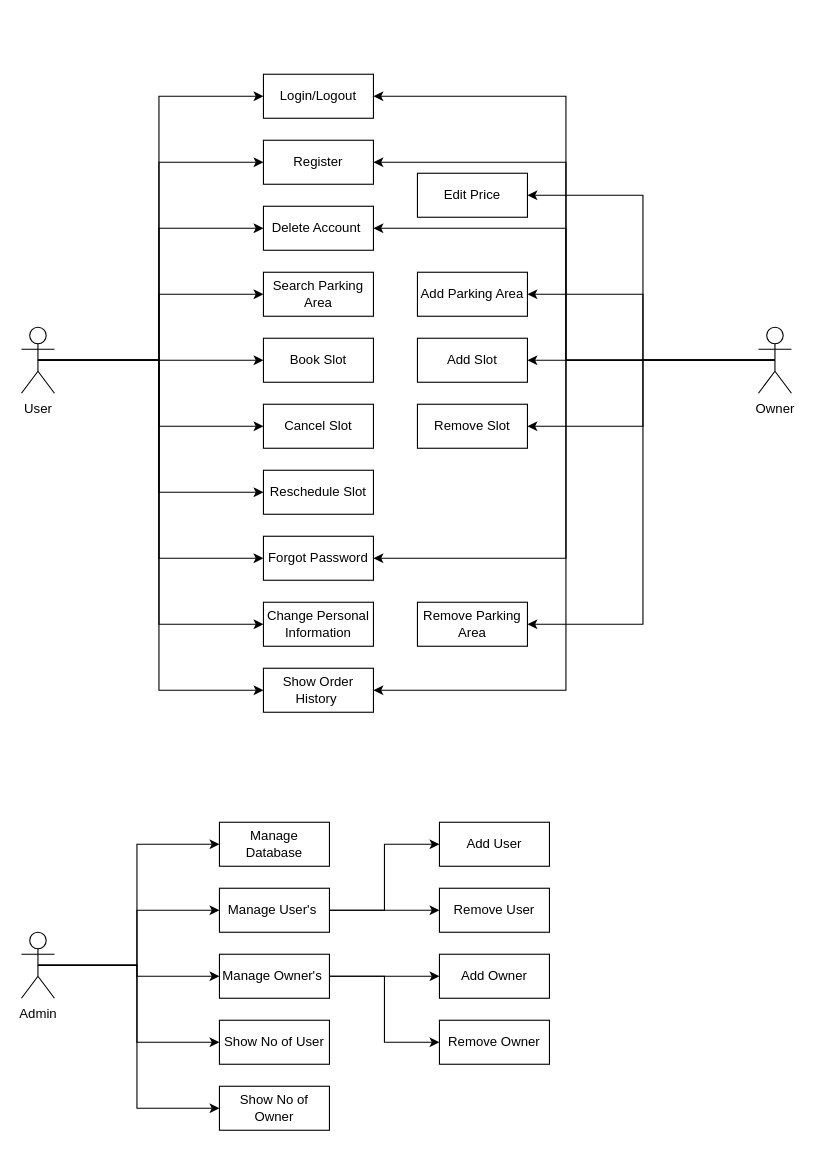
Above: Use Case Diagram.drawio in dhavanikgithub/Capstone-Project1 (draw.io), before the change. Source tidied: cells renumbered, new cells numbered last; positions are measured from the earlier drawing's top-left corner, leaving out a move shared by most shapes. Both pictures are drawn from the tidied source at 110%, with x=0, y=0 at pixel (21, 74).
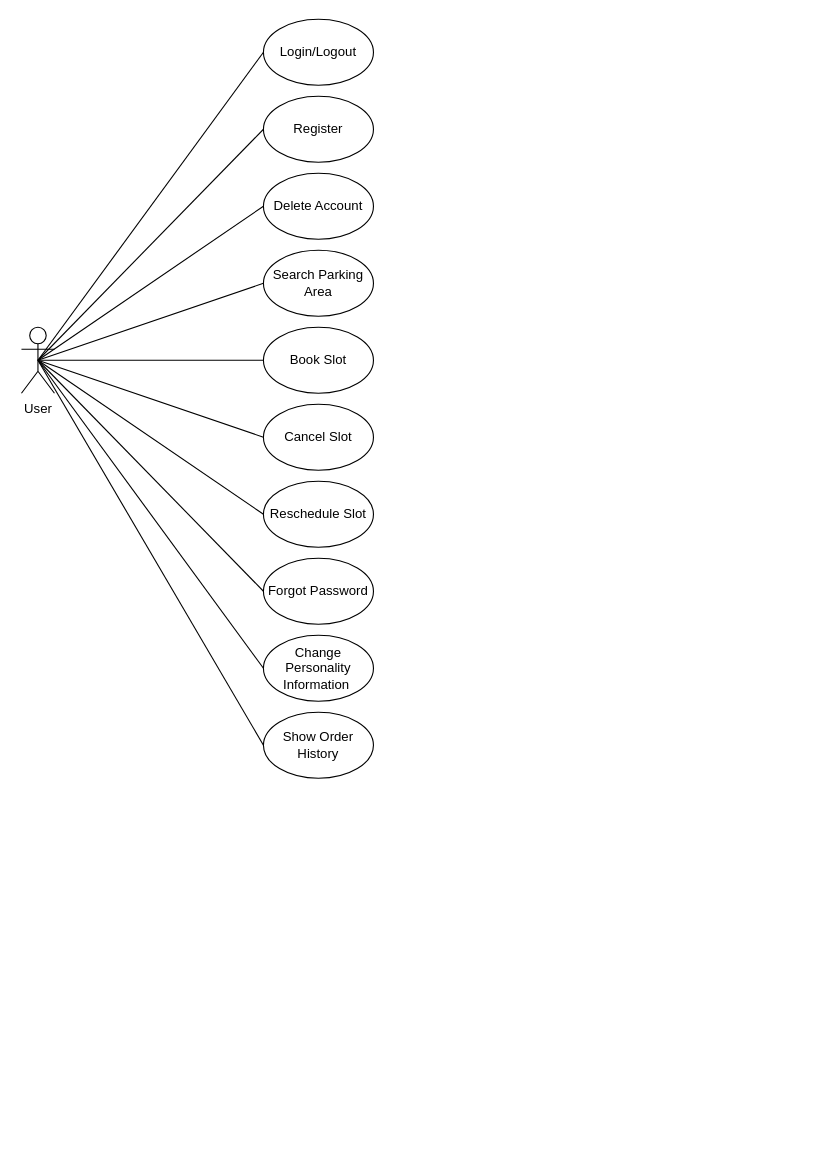
After the change.

The edit, as a diff of the source:
```diff
@@
+    <mxCell id="12" value="User" style="shape=umlActor;verticalLabelPosition=bottom;verticalAlign=top;html=1;outlineConnect=0;" parent="1" vertex="1">
+      <mxGeometry y="230" width="30" height="60" as="geometry" />
+    </mxCell>
+    <mxCell id="13" value="Login/Logout" style="ellipse;whiteSpace=wrap;html=1;strokeOpacity=100;" parent="1" vertex="1">
+      <mxGeometry x="220" y="-50" width="100" height="60" as="geometry" />
+    </mxCell>
+    <mxCell id="15" value="Register" style="ellipse;whiteSpace=wrap;html=1;strokeOpacity=100;" parent="1" vertex="1">
+      <mxGeometry x="220" y="20" width="100" height="60" as="geometry" />
+    </mxCell>
+    <mxCell id="14" value="Delete Account" style="ellipse;whiteSpace=wrap;html=1;strokeOpacity=100;" parent="1" vertex="1">
+      <mxGeometry x="220" y="90" width="100" height="60" as="geometry" />
+    </mxCell>
+    <mxCell id="16" value="Search Parking Area" style="ellipse;whiteSpace=wrap;html=1;strokeOpacity=100;" parent="1" vertex="1">
+      <mxGeometry x="220" y="160" width="100" height="60" as="geometry" />
+    </mxCell>
+    <mxCell id="17" value="Book Slot" style="ellipse;whiteSpace=wrap;html=1;strokeOpacity=100;" parent="1" vertex="1">
+      <mxGeometry x="220" y="230" width="100" height="60" as="geometry" />
+    </mxCell>
+    <mxCell id="18" value="Cancel Slot" style="ellipse;whiteSpace=wrap;html=1;strokeOpacity=100;" parent="1" vertex="1">
+      <mxGeometry x="220" y="300" width="100" height="60" as="geometry" />
+    </mxCell>
+    <mxCell id="19" value="Reschedule Slot" style="ellipse;whiteSpace=wrap;html=1;strokeOpacity=100;" parent="1" vertex="1">
+      <mxGeometry x="220" y="370" width="100" height="60" as="geometry" />
+    </mxCell>
+    <mxCell id="20" value="Forgot Password" style="ellipse;whiteSpace=wrap;html=1;strokeOpacity=100;" parent="1" vertex="1">
+      <mxGeometry x="220" y="440" width="100" height="60" as="geometry" />
+    </mxCell>
+    <mxCell id="58" value="Change Personality Information&amp;nbsp;" style="ellipse;whiteSpace=wrap;html=1;strokeOpacity=100;" parent="1" vertex="1">
+      <mxGeometry x="220" y="510" width="100" height="60" as="geometry" />
+    </mxCell>
+    <mxCell id="22" value="Show Order History" style="ellipse;whiteSpace=wrap;html=1;strokeOpacity=100;" parent="1" vertex="1">
+      <mxGeometry x="220" y="580" width="100" height="60" as="geometry" />
+    </mxCell>
-    <mxCell id="2" style="edgeStyle=orthogonalEdgeStyle;rounded=0;jettySize=auto;html=1;exitX=0.5;exitY=0.5;exitDx=0;exitDy=0;exitPerimeter=0;entryX=0;entryY=0.5;entryDx=0;entryDy=0;" parent="1" edge="1" source="12" target="13">
+    <mxCell id="2" style="endArrow=none;html=1;rounded=0;exitX=0.5;exitY=0.5;exitDx=0;exitDy=0;exitPerimeter=0;entryX=0;entryY=0.5;entryDx=0;entryDy=0;" parent="1" edge="1" source="12" target="13">
       <mxGeometry relative="1" as="geometry" />
     </mxCell>
-    <mxCell id="3" style="edgeStyle=orthogonalEdgeStyle;rounded=0;jettySize=auto;html=1;exitX=0.5;exitY=0.5;exitDx=0;exitDy=0;exitPerimeter=0;entryX=0;entryY=0.5;entryDx=0;entryDy=0;" parent="1" edge="1" source="12" target="15">
+    <mxCell id="3" style="endArrow=none;html=1;rounded=0;entryX=0;entryY=0.5;entryDx=0;entryDy=0;exitX=0.5;exitY=0.5;exitDx=0;exitDy=0;exitPerimeter=0;" parent="1" edge="1" source="12" target="15">
       <mxGeometry relative="1" as="geometry" />
     </mxCell>
-    <mxCell id="4" style="edgeStyle=orthogonalEdgeStyle;rounded=0;jettySize=auto;html=1;exitX=0.5;exitY=0.5;exitDx=0;exitDy=0;exitPerimeter=0;entryX=0;entryY=0.5;entryDx=0;entryDy=0;" parent="1" edge="1" source="12" target="14">
+    <mxCell id="4" style="endArrow=none;html=1;rounded=0;entryX=0;entryY=0.5;entryDx=0;entryDy=0;exitX=0.5;exitY=0.5;exitDx=0;exitDy=0;exitPerimeter=0;" parent="1" edge="1" source="12" target="14">
       <mxGeometry relative="1" as="geometry" />
     </mxCell>
-    <mxCell id="5" style="edgeStyle=orthogonalEdgeStyle;rounded=0;jettySize=auto;html=1;exitX=0.5;exitY=0.5;exitDx=0;exitDy=0;exitPerimeter=0;entryX=0;entryY=0.5;entryDx=0;entryDy=0;" parent="1" edge="1" source="12" target="16">
+    <mxCell id="5" style="endArrow=none;html=1;rounded=0;entryX=0;entryY=0.5;entryDx=0;entryDy=0;exitX=0.5;exitY=0.5;exitDx=0;exitDy=0;exitPerimeter=0;" parent="1" edge="1" source="12" target="16">
       <mxGeometry relative="1" as="geometry" />
     </mxCell>
-    <mxCell id="6" style="edgeStyle=orthogonalEdgeStyle;rounded=0;jettySize=auto;html=1;exitX=0.5;exitY=0.5;exitDx=0;exitDy=0;exitPerimeter=0;entryX=0;entryY=0.5;entryDx=0;entryDy=0;" parent="1" edge="1" source="12" target="17">
+    <mxCell id="6" style="endArrow=none;html=1;rounded=0;entryX=0;entryY=0.5;entryDx=0;entryDy=0;exitX=0.5;exitY=0.5;exitDx=0;exitDy=0;exitPerimeter=0;" parent="1" edge="1" source="12" target="17">
       <mxGeometry relative="1" as="geometry" />
     </mxCell>
-    <mxCell id="7" style="edgeStyle=orthogonalEdgeStyle;rounded=0;jettySize=auto;html=1;exitX=0.5;exitY=0.5;exitDx=0;exitDy=0;exitPerimeter=0;entryX=0;entryY=0.5;entryDx=0;entryDy=0;" parent="1" edge="1" source="12" target="18">
+    <mxCell id="7" style="endArrow=none;html=1;rounded=0;entryX=0;entryY=0.5;entryDx=0;entryDy=0;exitX=0.5;exitY=0.5;exitDx=0;exitDy=0;exitPerimeter=0;" parent="1" edge="1" source="12" target="18">
       <mxGeometry relative="1" as="geometry" />
     </mxCell>
-    <mxCell id="8" style="edgeStyle=orthogonalEdgeStyle;rounded=0;jettySize=auto;html=1;exitX=0.5;exitY=0.5;exitDx=0;exitDy=0;exitPerimeter=0;entryX=0;entryY=0.5;entryDx=0;entryDy=0;" parent="1" edge="1" source="12" target="19">
+    <mxCell id="8" style="endArrow=none;html=1;rounded=0;exitX=0.5;exitY=0.5;exitDx=0;exitDy=0;exitPerimeter=0;entryX=0;entryY=0.5;entryDx=0;entryDy=0;" parent="1" edge="1" source="12" target="19">
       <mxGeometry relative="1" as="geometry" />
     </mxCell>
-    <mxCell id="9" style="edgeStyle=orthogonalEdgeStyle;rounded=0;jettySize=auto;html=1;exitX=0.5;exitY=0.5;exitDx=0;exitDy=0;exitPerimeter=0;entryX=0;entryY=0.5;entryDx=0;entryDy=0;" parent="1" edge="1" source="12" target="20">
+    <mxCell id="9" style="endArrow=none;html=1;rounded=0;exitX=0.5;exitY=0.5;exitDx=0;exitDy=0;exitPerimeter=0;entryX=0;entryY=0.5;entryDx=0;entryDy=0;" parent="1" edge="1" source="12" target="20">
       <mxGeometry relative="1" as="geometry" />
     </mxCell>
-    <mxCell id="10" style="edgeStyle=orthogonalEdgeStyle;rounded=0;jettySize=auto;html=1;exitX=0.5;exitY=0.5;exitDx=0;exitDy=0;exitPerimeter=0;entryX=0;entryY=0.5;entryDx=0;entryDy=0;" parent="1" edge="1" source="12" target="21">
-      <mxGeometry relative="1" as="geometry" />
-    </mxCell>
+    <mxCell id="59" style="endArrow=none;html=1;rounded=0;exitX=0;exitY=0.5;exitDx=0;exitDy=0;entryX=0.5;entryY=0.5;entryDx=0;entryDy=0;entryPerimeter=0;" parent="1" edge="1" source="58" target="12">
+      <mxGeometry relative="1" as="geometry" />
+    </mxCell>
-    <mxCell id="11" style="edgeStyle=orthogonalEdgeStyle;rounded=0;jettySize=auto;html=1;exitX=0.5;exitY=0.5;exitDx=0;exitDy=0;exitPerimeter=0;entryX=0;entryY=0.5;entryDx=0;entryDy=0;" parent="1" edge="1" source="12" target="22">
+    <mxCell id="11" style="endArrow=none;html=1;rounded=0;exitX=0.5;exitY=0.5;exitDx=0;exitDy=0;exitPerimeter=0;entryX=0;entryY=0.5;entryDx=0;entryDy=0;" parent="1" edge="1" source="12" target="22">
       <mxGeometry relative="1" as="geometry" />
     </mxCell>
-    <mxCell id="12" value="User" style="shape=umlActor;verticalLabelPosition=bottom;verticalAlign=top;html=1;outlineConnect=0;" parent="1" vertex="1">
-      <mxGeometry y="230" width="30" height="60" as="geometry" />
-    </mxCell>
-    <mxCell id="13" value="Login/Logout" style="rounded=0;whiteSpace=wrap;html=1;" parent="1" vertex="1">
-      <mxGeometry x="220" width="100" height="40" as="geometry" />
-    </mxCell>
-    <mxCell id="14" value="Delete Account&amp;nbsp;" style="rounded=0;whiteSpace=wrap;html=1;" parent="1" vertex="1">
-      <mxGeometry x="220" y="120" width="100" height="40" as="geometry" />
-    </mxCell>
-    <mxCell id="15" value="Register" style="rounded=0;whiteSpace=wrap;html=1;" parent="1" vertex="1">
-      <mxGeometry x="220" y="60" width="100" height="40" as="geometry" />
-    </mxCell>
-    <mxCell id="16" value="Search Parking Area" style="rounded=0;whiteSpace=wrap;html=1;" parent="1" vertex="1">
-      <mxGeometry x="220" y="180" width="100" height="40" as="geometry" />
-    </mxCell>
-    <mxCell id="17" value="Book Slot" style="rounded=0;whiteSpace=wrap;html=1;" parent="1" vertex="1">
-      <mxGeometry x="220" y="240" width="100" height="40" as="geometry" />
-    </mxCell>
-    <mxCell id="18" value="Cancel Slot" style="rounded=0;whiteSpace=wrap;html=1;" parent="1" vertex="1">
-      <mxGeometry x="220" y="300" width="100" height="40" as="geometry" />
-    </mxCell>
-    <mxCell id="19" value="Reschedule Slot" style="rounded=0;whiteSpace=wrap;html=1;" parent="1" vertex="1">
-      <mxGeometry x="220" y="360" width="100" height="40" as="geometry" />
-    </mxCell>
-    <mxCell id="20" value="Forgot Password" style="rounded=0;whiteSpace=wrap;html=1;" parent="1" vertex="1">
-      <mxGeometry x="220" y="420" width="100" height="40" as="geometry" />
-    </mxCell>
-    <mxCell id="21" value="Change Personal Information" style="rounded=0;whiteSpace=wrap;html=1;" parent="1" vertex="1">
-      <mxGeometry x="220" y="480" width="100" height="40" as="geometry" />
-    </mxCell>
-    <mxCell id="22" value="Show Order History&amp;nbsp;" style="rounded=0;whiteSpace=wrap;html=1;" parent="1" vertex="1">
-      <mxGeometry x="220" y="540" width="100" height="40" as="geometry" />
-    </mxCell>
-    <mxCell id="23" style="edgeStyle=orthogonalEdgeStyle;rounded=0;jettySize=auto;html=1;exitX=0.5;exitY=0.5;exitDx=0;exitDy=0;exitPerimeter=0;entryX=1;entryY=0.5;entryDx=0;entryDy=0;" parent="1" edge="1" source="33" target="13">
-      <mxGeometry relative="1" as="geometry" />
-    </mxCell>
-    <mxCell id="24" style="edgeStyle=orthogonalEdgeStyle;rounded=0;jettySize=auto;html=1;exitX=0.5;exitY=0.5;exitDx=0;exitDy=0;exitPerimeter=0;entryX=1;entryY=0.5;entryDx=0;entryDy=0;" parent="1" edge="1" source="33" target="15">
-      <mxGeometry relative="1" as="geometry" />
-    </mxCell>
-    <mxCell id="25" style="edgeStyle=orthogonalEdgeStyle;rounded=0;jettySize=auto;html=1;exitX=0.5;exitY=0.5;exitDx=0;exitDy=0;exitPerimeter=0;entryX=1;entryY=0.5;entryDx=0;entryDy=0;" parent="1" edge="1" source="33" target="14">
-      <mxGeometry relative="1" as="geometry" />
-    </mxCell>
-    <mxCell id="26" style="edgeStyle=orthogonalEdgeStyle;rounded=0;jettySize=auto;html=1;exitX=0.5;exitY=0.5;exitDx=0;exitDy=0;exitPerimeter=0;entryX=1;entryY=0.5;entryDx=0;entryDy=0;" parent="1" edge="1" source="33" target="22">
-      <mxGeometry relative="1" as="geometry" />
-    </mxCell>
-    <mxCell id="27" style="edgeStyle=orthogonalEdgeStyle;rounded=0;jettySize=auto;html=1;exitX=0.5;exitY=0.5;exitDx=0;exitDy=0;exitPerimeter=0;entryX=1;entryY=0.5;entryDx=0;entryDy=0;" parent="1" edge="1" source="33" target="20">
-      <mxGeometry relative="1" as="geometry" />
-    </mxCell>
-    <mxCell id="28" style="edgeStyle=orthogonalEdgeStyle;rounded=0;jettySize=auto;html=1;exitX=0.5;exitY=0.5;exitDx=0;exitDy=0;exitPerimeter=0;entryX=1;entryY=0.5;entryDx=0;entryDy=0;" parent="1" edge="1" source="33" target="34">
-      <mxGeometry relative="1" as="geometry" />
-    </mxCell>
-    <mxCell id="29" style="edgeStyle=orthogonalEdgeStyle;rounded=0;jettySize=auto;html=1;exitX=0.5;exitY=0.5;exitDx=0;exitDy=0;exitPerimeter=0;entryX=1;entryY=0.5;entryDx=0;entryDy=0;" parent="1" edge="1" source="33" target="35">
-      <mxGeometry relative="1" as="geometry" />
-    </mxCell>
-    <mxCell id="30" style="edgeStyle=orthogonalEdgeStyle;rounded=0;jettySize=auto;html=1;exitX=0.5;exitY=0.5;exitDx=0;exitDy=0;exitPerimeter=0;entryX=1;entryY=0.5;entryDx=0;entryDy=0;" parent="1" edge="1" source="33" target="36">
-      <mxGeometry relative="1" as="geometry" />
-    </mxCell>
-    <mxCell id="31" style="edgeStyle=orthogonalEdgeStyle;rounded=0;jettySize=auto;html=1;exitX=0.5;exitY=0.5;exitDx=0;exitDy=0;exitPerimeter=0;entryX=1;entryY=0.5;entryDx=0;entryDy=0;" parent="1" edge="1" source="33" target="37">
-      <mxGeometry relative="1" as="geometry" />
-    </mxCell>
-    <mxCell id="32" style="edgeStyle=orthogonalEdgeStyle;rounded=0;jettySize=auto;html=1;exitX=0.5;exitY=0.5;exitDx=0;exitDy=0;exitPerimeter=0;entryX=1;entryY=0.5;entryDx=0;entryDy=0;fontSize=12;" parent="1" edge="1" source="33" target="57">
-      <mxGeometry relative="1" as="geometry" />
-    </mxCell>
-    <mxCell id="33" value="Owner" style="shape=umlActor;verticalLabelPosition=bottom;verticalAlign=top;html=1;outlineConnect=0;" parent="1" vertex="1">
-      <mxGeometry x="670" y="230" width="30" height="60" as="geometry" />
-    </mxCell>
-    <mxCell id="34" value="Add Parking Area" style="rounded=0;whiteSpace=wrap;html=1;" parent="1" vertex="1">
-      <mxGeometry x="360" y="180" width="100" height="40" as="geometry" />
-    </mxCell>
-    <mxCell id="35" value="Add Slot" style="rounded=0;whiteSpace=wrap;html=1;" parent="1" vertex="1">
-      <mxGeometry x="360" y="240" width="100" height="40" as="geometry" />
-    </mxCell>
-    <mxCell id="36" value="Remove Slot" style="rounded=0;whiteSpace=wrap;html=1;" parent="1" vertex="1">
-      <mxGeometry x="360" y="300" width="100" height="40" as="geometry" />
-    </mxCell>
-    <mxCell id="37" value="Remove Parking Area" style="rounded=0;whiteSpace=wrap;html=1;" parent="1" vertex="1">
-      <mxGeometry x="360" y="480" width="100" height="40" as="geometry" />
-    </mxCell>
-    <mxCell id="38" style="edgeStyle=orthogonalEdgeStyle;rounded=0;jettySize=auto;html=1;exitX=0.5;exitY=0.5;exitDx=0;exitDy=0;exitPerimeter=0;entryX=0;entryY=0.5;entryDx=0;entryDy=0;fontSize=12;" parent="1" edge="1" source="43" target="50">
-      <mxGeometry relative="1" as="geometry" />
-    </mxCell>
-    <mxCell id="39" style="edgeStyle=orthogonalEdgeStyle;rounded=0;jettySize=auto;html=1;exitX=0.5;exitY=0.5;exitDx=0;exitDy=0;exitPerimeter=0;entryX=0;entryY=0.5;entryDx=0;entryDy=0;fontSize=12;" parent="1" edge="1" source="43" target="53">
-      <mxGeometry relative="1" as="geometry" />
-    </mxCell>
-    <mxCell id="40" style="edgeStyle=orthogonalEdgeStyle;rounded=0;jettySize=auto;html=1;exitX=0.5;exitY=0.5;exitDx=0;exitDy=0;exitPerimeter=0;entryX=0;entryY=0.5;entryDx=0;entryDy=0;fontSize=12;" parent="1" edge="1" source="43" target="56">
-      <mxGeometry relative="1" as="geometry" />
-    </mxCell>
-    <mxCell id="41" style="edgeStyle=orthogonalEdgeStyle;rounded=0;jettySize=auto;html=1;exitX=0.5;exitY=0.5;exitDx=0;exitDy=0;exitPerimeter=0;entryX=0;entryY=0.5;entryDx=0;entryDy=0;fontSize=12;" parent="1" edge="1" source="43" target="48">
-      <mxGeometry relative="1" as="geometry" />
-    </mxCell>
-    <mxCell id="42" style="edgeStyle=orthogonalEdgeStyle;rounded=0;jettySize=auto;html=1;exitX=0.5;exitY=0.5;exitDx=0;exitDy=0;exitPerimeter=0;entryX=0;entryY=0.5;entryDx=0;entryDy=0;fontSize=12;" parent="1" edge="1" source="43" target="49">
-      <mxGeometry relative="1" as="geometry" />
-    </mxCell>
-    <mxCell id="43" value="Admin" style="shape=umlActor;verticalLabelPosition=bottom;verticalAlign=top;html=1;outlineConnect=0;" parent="1" vertex="1">
-      <mxGeometry y="780" width="30" height="60" as="geometry" />
-    </mxCell>
-    <mxCell id="44" value="Add User" style="rounded=0;whiteSpace=wrap;html=1;" parent="1" vertex="1">
-      <mxGeometry x="380" y="680" width="100" height="40" as="geometry" />
-    </mxCell>
-    <mxCell id="45" value="Remove User" style="rounded=0;whiteSpace=wrap;html=1;" parent="1" vertex="1">
-      <mxGeometry x="380" y="740" width="100" height="40" as="geometry" />
-    </mxCell>
-    <mxCell id="46" value="Add Owner" style="rounded=0;whiteSpace=wrap;html=1;" parent="1" vertex="1">
-      <mxGeometry x="380" y="800" width="100" height="40" as="geometry" />
-    </mxCell>
-    <mxCell id="47" value="Remove Owner" style="rounded=0;whiteSpace=wrap;html=1;" parent="1" vertex="1">
-      <mxGeometry x="380" y="860" width="100" height="40" as="geometry" />
-    </mxCell>
-    <mxCell id="48" value="Show No of User" style="rounded=0;whiteSpace=wrap;html=1;" parent="1" vertex="1">
-      <mxGeometry x="180" y="860" width="100" height="40" as="geometry" />
-    </mxCell>
-    <mxCell id="49" value="Show No of Owner" style="rounded=0;whiteSpace=wrap;html=1;" parent="1" vertex="1">
-      <mxGeometry x="180" y="920" width="100" height="40" as="geometry" />
-    </mxCell>
-    <mxCell id="50" value="Manage Database" style="rounded=0;whiteSpace=wrap;html=1;" parent="1" vertex="1">
-      <mxGeometry x="180" y="680" width="100" height="40" as="geometry" />
-    </mxCell>
-    <mxCell id="51" style="edgeStyle=orthogonalEdgeStyle;rounded=0;jettySize=auto;html=1;exitX=1;exitY=0.5;exitDx=0;exitDy=0;entryX=0;entryY=0.5;entryDx=0;entryDy=0;fontSize=12;" parent="1" edge="1" source="53" target="44">
-      <mxGeometry relative="1" as="geometry" />
-    </mxCell>
-    <mxCell id="52" style="edgeStyle=orthogonalEdgeStyle;rounded=0;jettySize=auto;html=1;exitX=1;exitY=0.5;exitDx=0;exitDy=0;fontSize=12;" parent="1" edge="1" source="53" target="45">
-      <mxGeometry relative="1" as="geometry" />
-    </mxCell>
-    <mxCell id="53" value="Manage User's&amp;nbsp;" style="rounded=0;whiteSpace=wrap;html=1;" parent="1" vertex="1">
-      <mxGeometry x="180" y="740" width="100" height="40" as="geometry" />
-    </mxCell>
-    <mxCell id="54" style="edgeStyle=orthogonalEdgeStyle;rounded=0;jettySize=auto;html=1;exitX=1;exitY=0.5;exitDx=0;exitDy=0;entryX=0;entryY=0.5;entryDx=0;entryDy=0;fontSize=12;" parent="1" edge="1" source="56" target="46">
-      <mxGeometry relative="1" as="geometry" />
-    </mxCell>
-    <mxCell id="55" style="edgeStyle=orthogonalEdgeStyle;rounded=0;jettySize=auto;html=1;exitX=1;exitY=0.5;exitDx=0;exitDy=0;entryX=0;entryY=0.5;entryDx=0;entryDy=0;fontSize=12;" parent="1" edge="1" source="56" target="47">
-      <mxGeometry relative="1" as="geometry" />
-    </mxCell>
-    <mxCell id="56" value="Manage Owner's&amp;nbsp;" style="rounded=0;whiteSpace=wrap;html=1;" parent="1" vertex="1">
-      <mxGeometry x="180" y="800" width="100" height="40" as="geometry" />
-    </mxCell>
-    <mxCell id="57" value="Edit Price" style="rounded=0;whiteSpace=wrap;html=1;" parent="1" vertex="1">
-      <mxGeometry x="360" y="90" width="100" height="40" as="geometry" />
-    </mxCell>
```
